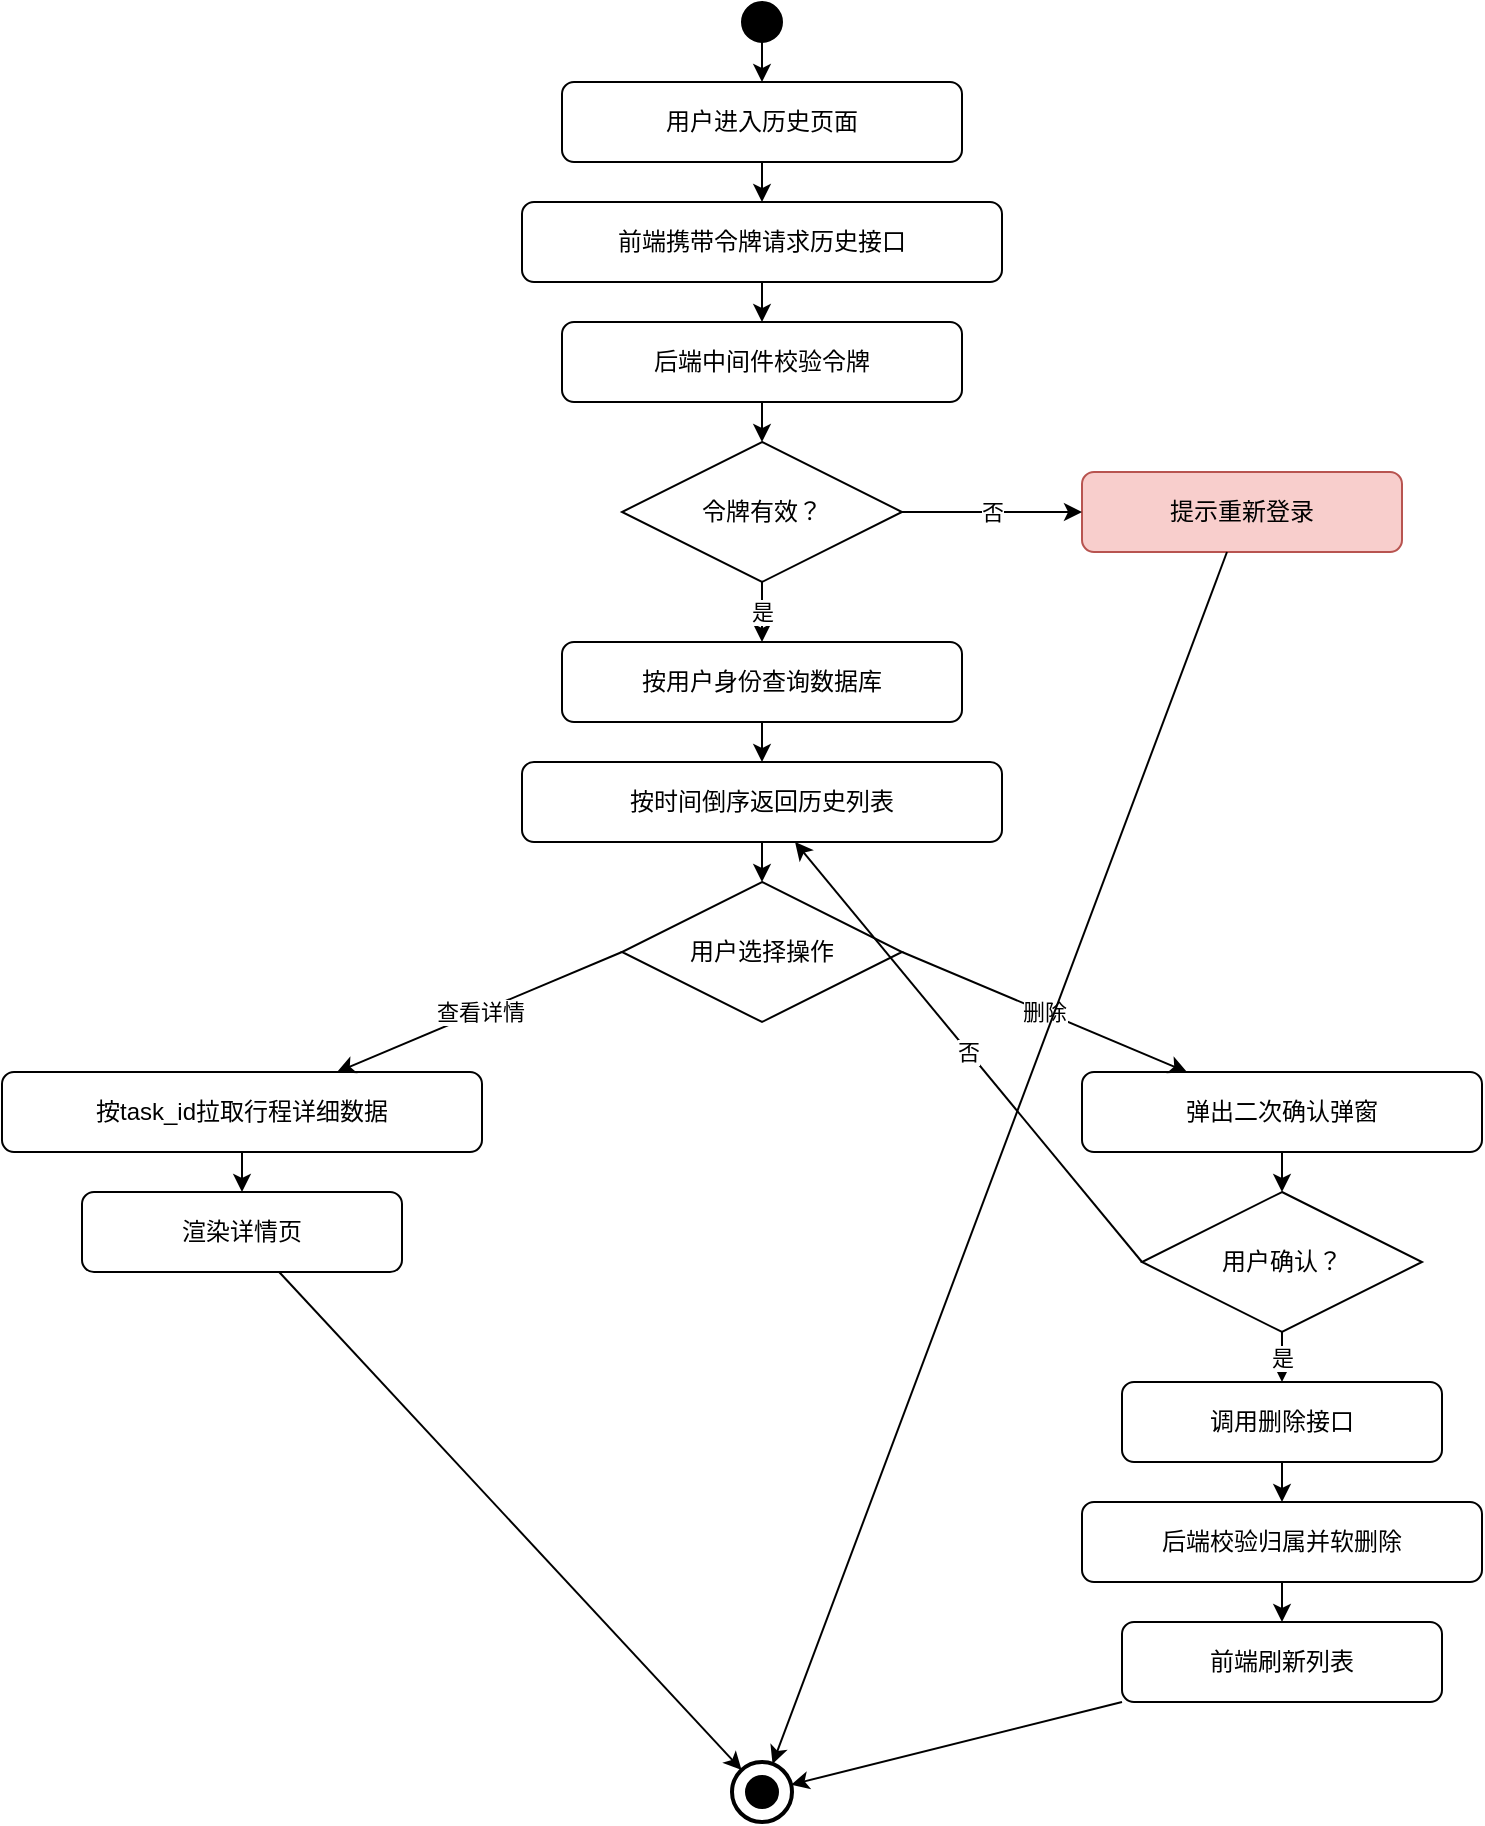
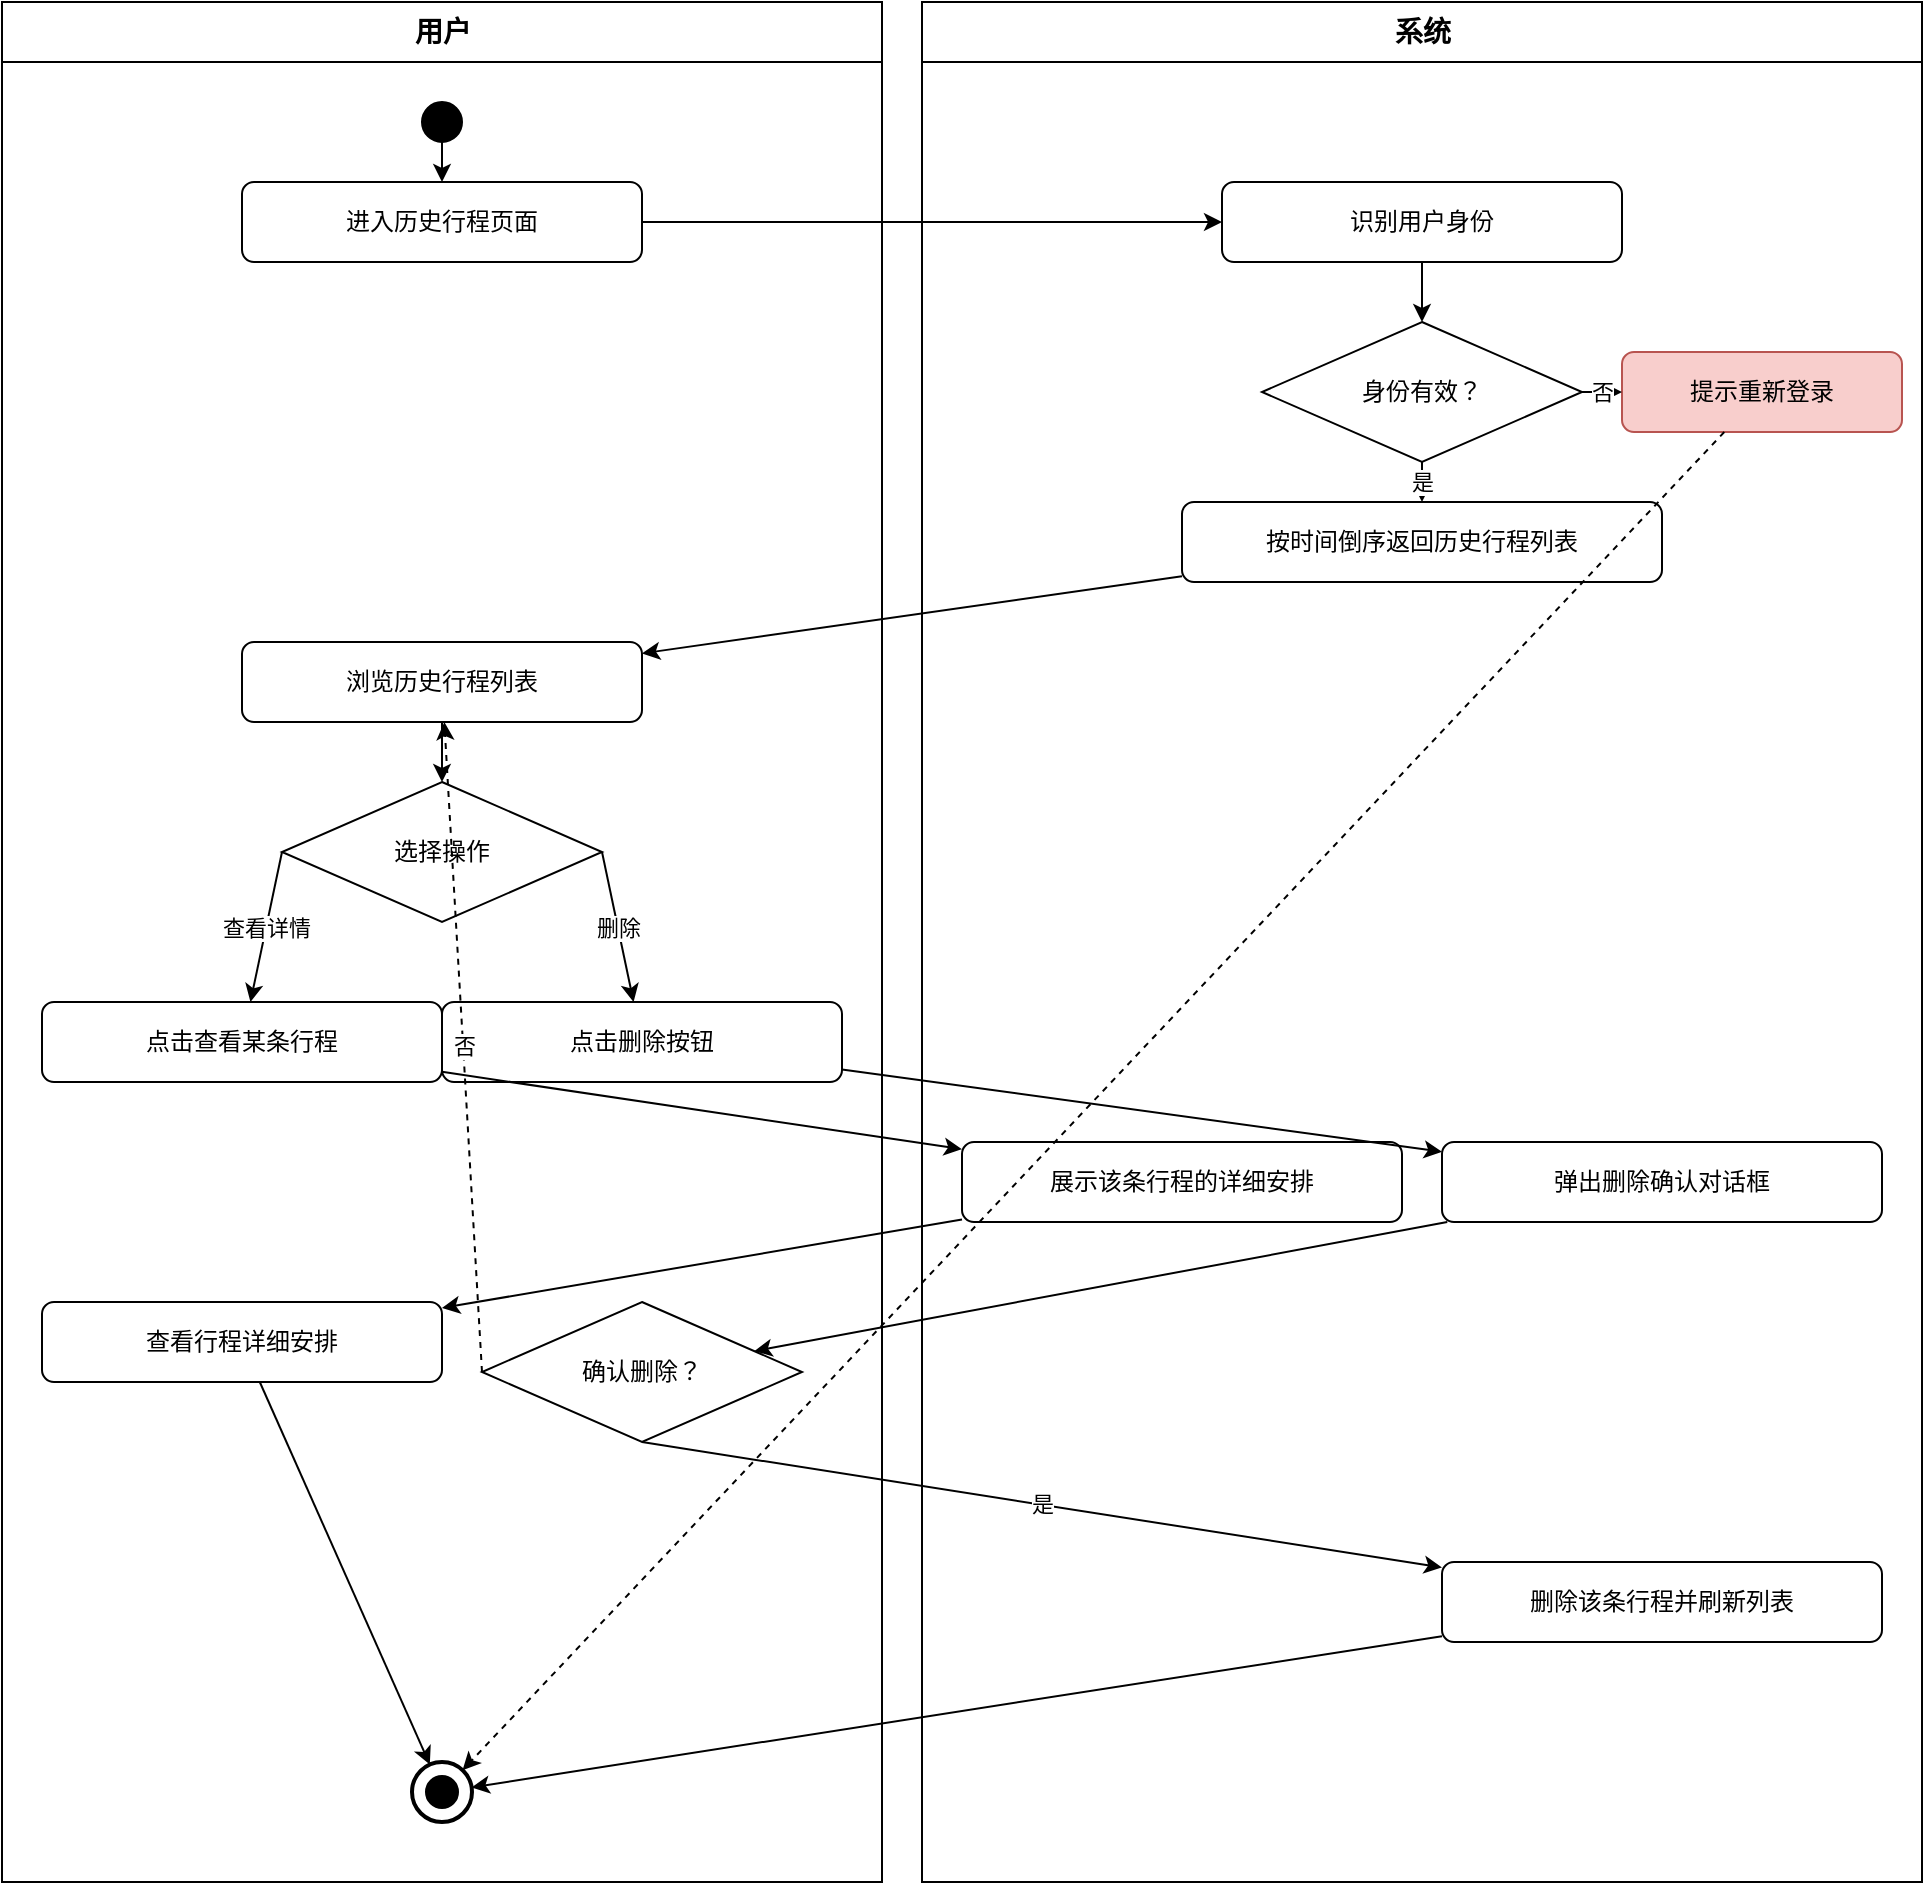
<mxfile host="app.diagrams.net" type="device">
  <diagram name="行程历史管理活动图" id="actHist">
-     <mxGraphModel dx="900" dy="900" grid="1" gridSize="10" guides="1" tooltips="1" connect="1" arrows="1" fold="1" page="1" pageScale="1" pageWidth="900" pageHeight="900" math="0" shadow="0">
+     <mxGraphModel dx="1100" dy="1000" grid="1" gridSize="10" guides="1" tooltips="1" connect="1" arrows="1" fold="1" page="1" pageScale="1" pageWidth="1000" pageHeight="1000" math="0" shadow="0">
      <root>
        <mxCell id="0"/>
        <mxCell id="1" parent="0"/>
-         <mxCell id="n1" value="" style="ellipse;whiteSpace=wrap;html=1;fillColor=#000000;strokeColor=#000000;" vertex="1" parent="1"><mxGeometry x="430" y="20" width="20" height="20" as="geometry"/></mxCell>
-         <mxCell id="n2" value="用户进入历史页面" style="rounded=1;whiteSpace=wrap;html=1;fontSize=12;" vertex="1" parent="1"><mxGeometry x="340" y="60" width="200" height="40" as="geometry"/></mxCell>
-         <mxCell id="n3" value="前端携带令牌请求历史接口" style="rounded=1;whiteSpace=wrap;html=1;fontSize=12;" vertex="1" parent="1"><mxGeometry x="320" y="120" width="240" height="40" as="geometry"/></mxCell>
-         <mxCell id="n4" value="后端中间件校验令牌" style="rounded=1;whiteSpace=wrap;html=1;fontSize=12;" vertex="1" parent="1"><mxGeometry x="340" y="180" width="200" height="40" as="geometry"/></mxCell>
-         <mxCell id="n5" value="令牌有效？" style="rhombus;whiteSpace=wrap;html=1;fontSize=12;" vertex="1" parent="1"><mxGeometry x="370" y="240" width="140" height="70" as="geometry"/></mxCell>
-         <mxCell id="n6" value="提示重新登录" style="rounded=1;whiteSpace=wrap;html=1;fillColor=#f8cecc;strokeColor=#b85450;fontSize=12;" vertex="1" parent="1"><mxGeometry x="600" y="255" width="160" height="40" as="geometry"/></mxCell>
-         <mxCell id="n7" value="按用户身份查询数据库" style="rounded=1;whiteSpace=wrap;html=1;fontSize=12;" vertex="1" parent="1"><mxGeometry x="340" y="340" width="200" height="40" as="geometry"/></mxCell>
-         <mxCell id="n8" value="按时间倒序返回历史列表" style="rounded=1;whiteSpace=wrap;html=1;fontSize=12;" vertex="1" parent="1"><mxGeometry x="320" y="400" width="240" height="40" as="geometry"/></mxCell>
-         <mxCell id="n9" value="用户选择操作" style="rhombus;whiteSpace=wrap;html=1;fontSize=12;" vertex="1" parent="1"><mxGeometry x="370" y="460" width="140" height="70" as="geometry"/></mxCell>
-         <mxCell id="n10" value="按task_id拉取行程详细数据" style="rounded=1;whiteSpace=wrap;html=1;fontSize=12;" vertex="1" parent="1"><mxGeometry x="60" y="555" width="240" height="40" as="geometry"/></mxCell>
-         <mxCell id="n11" value="渲染详情页" style="rounded=1;whiteSpace=wrap;html=1;fontSize=12;" vertex="1" parent="1"><mxGeometry x="100" y="615" width="160" height="40" as="geometry"/></mxCell>
-         <mxCell id="n12" value="弹出二次确认弹窗" style="rounded=1;whiteSpace=wrap;html=1;fontSize=12;" vertex="1" parent="1"><mxGeometry x="600" y="555" width="200" height="40" as="geometry"/></mxCell>
-         <mxCell id="n13" value="用户确认？" style="rhombus;whiteSpace=wrap;html=1;fontSize=12;" vertex="1" parent="1"><mxGeometry x="630" y="615" width="140" height="70" as="geometry"/></mxCell>
-         <mxCell id="n14" value="调用删除接口" style="rounded=1;whiteSpace=wrap;html=1;fontSize=12;" vertex="1" parent="1"><mxGeometry x="620" y="710" width="160" height="40" as="geometry"/></mxCell>
-         <mxCell id="n15" value="后端校验归属并软删除" style="rounded=1;whiteSpace=wrap;html=1;fontSize=12;" vertex="1" parent="1"><mxGeometry x="600" y="770" width="200" height="40" as="geometry"/></mxCell>
-         <mxCell id="n16" value="前端刷新列表" style="rounded=1;whiteSpace=wrap;html=1;fontSize=12;" vertex="1" parent="1"><mxGeometry x="620" y="830" width="160" height="40" as="geometry"/></mxCell>
-         <mxCell id="n17" value="" style="ellipse;whiteSpace=wrap;html=1;fillColor=#ffffff;strokeColor=#000000;strokeWidth=2;" vertex="1" parent="1"><mxGeometry x="425" y="900" width="30" height="30" as="geometry"/></mxCell>
-         <mxCell id="n18" value="" style="ellipse;whiteSpace=wrap;html=1;fillColor=#000000;strokeColor=#000000;" vertex="1" parent="1"><mxGeometry x="432" y="907" width="16" height="16" as="geometry"/></mxCell>
-         <mxCell id="g1" style="endArrow=classic;html=1;" edge="1" parent="1" source="n1" target="n2"><mxGeometry relative="1" as="geometry"/></mxCell>
-         <mxCell id="g2" style="endArrow=classic;html=1;" edge="1" parent="1" source="n2" target="n3"><mxGeometry relative="1" as="geometry"/></mxCell>
-         <mxCell id="g3" style="endArrow=classic;html=1;" edge="1" parent="1" source="n3" target="n4"><mxGeometry relative="1" as="geometry"/></mxCell>
-         <mxCell id="g4" style="endArrow=classic;html=1;" edge="1" parent="1" source="n4" target="n5"><mxGeometry relative="1" as="geometry"/></mxCell>
-         <mxCell id="g5" value="否" style="endArrow=classic;html=1;exitX=1;exitY=0.5;exitDx=0;exitDy=0;" edge="1" parent="1" source="n5" target="n6"><mxGeometry relative="1" as="geometry"/></mxCell>
-         <mxCell id="g6" value="是" style="endArrow=classic;html=1;" edge="1" parent="1" source="n5" target="n7"><mxGeometry relative="1" as="geometry"/></mxCell>
-         <mxCell id="g7" style="endArrow=classic;html=1;" edge="1" parent="1" source="n7" target="n8"><mxGeometry relative="1" as="geometry"/></mxCell>
-         <mxCell id="g8" style="endArrow=classic;html=1;" edge="1" parent="1" source="n8" target="n9"><mxGeometry relative="1" as="geometry"/></mxCell>
-         <mxCell id="g9" value="查看详情" style="endArrow=classic;html=1;exitX=0;exitY=0.5;exitDx=0;exitDy=0;" edge="1" parent="1" source="n9" target="n10"><mxGeometry relative="1" as="geometry"/></mxCell>
-         <mxCell id="g10" value="删除" style="endArrow=classic;html=1;exitX=1;exitY=0.5;exitDx=0;exitDy=0;" edge="1" parent="1" source="n9" target="n12"><mxGeometry relative="1" as="geometry"/></mxCell>
-         <mxCell id="g11" style="endArrow=classic;html=1;" edge="1" parent="1" source="n10" target="n11"><mxGeometry relative="1" as="geometry"/></mxCell>
-         <mxCell id="g12" style="endArrow=classic;html=1;" edge="1" parent="1" source="n12" target="n13"><mxGeometry relative="1" as="geometry"/></mxCell>
-         <mxCell id="g13" value="是" style="endArrow=classic;html=1;" edge="1" parent="1" source="n13" target="n14"><mxGeometry relative="1" as="geometry"/></mxCell>
-         <mxCell id="g14" value="否" style="endArrow=classic;html=1;exitX=0;exitY=0.5;exitDx=0;exitDy=0;" edge="1" parent="1" source="n13" target="n8"><mxGeometry relative="1" as="geometry"/></mxCell>
-         <mxCell id="g15" style="endArrow=classic;html=1;" edge="1" parent="1" source="n14" target="n15"><mxGeometry relative="1" as="geometry"/></mxCell>
-         <mxCell id="g16" style="endArrow=classic;html=1;" edge="1" parent="1" source="n15" target="n16"><mxGeometry relative="1" as="geometry"/></mxCell>
-         <mxCell id="g17" style="endArrow=classic;html=1;" edge="1" parent="1" source="n16" target="n17"><mxGeometry relative="1" as="geometry"/></mxCell>
-         <mxCell id="g18" style="endArrow=classic;html=1;" edge="1" parent="1" source="n11" target="n17"><mxGeometry relative="1" as="geometry"/></mxCell>
-         <mxCell id="g19" style="endArrow=classic;html=1;" edge="1" parent="1" source="n6" target="n17"><mxGeometry relative="1" as="geometry"/></mxCell>
+         <mxCell id="lu" value="用户" style="swimlane;html=1;startSize=30;horizontal=1;fontSize=14;fontStyle=1;fillColor=#ffffff;strokeColor=#000000;swimlaneFillColor=#ffffff;" vertex="1" parent="1"><mxGeometry x="20" y="20" width="440" height="940" as="geometry"/></mxCell>
+         <mxCell id="ls" value="系统" style="swimlane;html=1;startSize=30;horizontal=1;fontSize=14;fontStyle=1;fillColor=#ffffff;strokeColor=#000000;swimlaneFillColor=#ffffff;" vertex="1" parent="1"><mxGeometry x="480" y="20" width="500" height="940" as="geometry"/></mxCell>
+         <mxCell id="u_start" value="" style="ellipse;html=1;fillColor=#000000;strokeColor=#000000;" vertex="1" parent="lu"><mxGeometry x="210" y="50" width="20" height="20" as="geometry"/></mxCell>
+         <mxCell id="u1" value="进入历史行程页面" style="rounded=1;whiteSpace=wrap;html=1;fontSize=12;" vertex="1" parent="lu"><mxGeometry x="120" y="90" width="200" height="40" as="geometry"/></mxCell>
+         <mxCell id="u_browse" value="浏览历史行程列表" style="rounded=1;whiteSpace=wrap;html=1;fontSize=12;" vertex="1" parent="lu"><mxGeometry x="120" y="320" width="200" height="40" as="geometry"/></mxCell>
+         <mxCell id="u_op" value="选择操作" style="rhombus;whiteSpace=wrap;html=1;fontSize=12;" vertex="1" parent="lu"><mxGeometry x="140" y="390" width="160" height="70" as="geometry"/></mxCell>
+         <mxCell id="u_view" value="点击查看某条行程" style="rounded=1;whiteSpace=wrap;html=1;fontSize=12;" vertex="1" parent="lu"><mxGeometry x="20" y="500" width="200" height="40" as="geometry"/></mxCell>
+         <mxCell id="u_view_done" value="查看行程详细安排" style="rounded=1;whiteSpace=wrap;html=1;fontSize=12;" vertex="1" parent="lu"><mxGeometry x="20" y="650" width="200" height="40" as="geometry"/></mxCell>
+         <mxCell id="u_del_click" value="点击删除按钮" style="rounded=1;whiteSpace=wrap;html=1;fontSize=12;" vertex="1" parent="lu"><mxGeometry x="220" y="500" width="200" height="40" as="geometry"/></mxCell>
+         <mxCell id="u_confirm" value="确认删除？" style="rhombus;whiteSpace=wrap;html=1;fontSize=12;" vertex="1" parent="lu"><mxGeometry x="240" y="650" width="160" height="70" as="geometry"/></mxCell>
+         <mxCell id="u_end_outer" value="" style="ellipse;html=1;fillColor=#ffffff;strokeColor=#000000;strokeWidth=2;" vertex="1" parent="lu"><mxGeometry x="205" y="880" width="30" height="30" as="geometry"/></mxCell>
+         <mxCell id="u_end_inner" value="" style="ellipse;html=1;fillColor=#000000;strokeColor=#000000;" vertex="1" parent="lu"><mxGeometry x="212" y="887" width="16" height="16" as="geometry"/></mxCell>
+         <mxCell id="s_auth" value="识别用户身份" style="rounded=1;whiteSpace=wrap;html=1;fontSize=12;" vertex="1" parent="ls"><mxGeometry x="150" y="90" width="200" height="40" as="geometry"/></mxCell>
+         <mxCell id="s_dec" value="身份有效？" style="rhombus;whiteSpace=wrap;html=1;fontSize=12;" vertex="1" parent="ls"><mxGeometry x="170" y="160" width="160" height="70" as="geometry"/></mxCell>
+         <mxCell id="s_login" value="提示重新登录" style="rounded=1;whiteSpace=wrap;html=1;fillColor=#f8cecc;strokeColor=#b85450;fontSize=12;" vertex="1" parent="ls"><mxGeometry x="350" y="175" width="140" height="40" as="geometry"/></mxCell>
+         <mxCell id="s_list" value="按时间倒序返回历史行程列表" style="rounded=1;whiteSpace=wrap;html=1;fontSize=12;" vertex="1" parent="ls"><mxGeometry x="130" y="250" width="240" height="40" as="geometry"/></mxCell>
+         <mxCell id="s_detail" value="展示该条行程的详细安排" style="rounded=1;whiteSpace=wrap;html=1;fontSize=12;" vertex="1" parent="ls"><mxGeometry x="20" y="570" width="220" height="40" as="geometry"/></mxCell>
+         <mxCell id="s_pop" value="弹出删除确认对话框" style="rounded=1;whiteSpace=wrap;html=1;fontSize=12;" vertex="1" parent="ls"><mxGeometry x="260" y="570" width="220" height="40" as="geometry"/></mxCell>
+         <mxCell id="s_del" value="删除该条行程并刷新列表" style="rounded=1;whiteSpace=wrap;html=1;fontSize=12;" vertex="1" parent="ls"><mxGeometry x="260" y="780" width="220" height="40" as="geometry"/></mxCell>
+         <mxCell id="e1" style="endArrow=classic;html=1;" edge="1" parent="1" source="u_start" target="u1"><mxGeometry relative="1" as="geometry"/></mxCell>
+         <mxCell id="e2" style="endArrow=classic;html=1;" edge="1" parent="1" source="u1" target="s_auth"><mxGeometry relative="1" as="geometry"/></mxCell>
+         <mxCell id="e3" style="endArrow=classic;html=1;" edge="1" parent="1" source="s_auth" target="s_dec"><mxGeometry relative="1" as="geometry"/></mxCell>
+         <mxCell id="e4" value="否" style="endArrow=classic;html=1;exitX=1;exitY=0.5;exitDx=0;exitDy=0;" edge="1" parent="1" source="s_dec" target="s_login"><mxGeometry relative="1" as="geometry"/></mxCell>
+         <mxCell id="e5" value="是" style="endArrow=classic;html=1;exitX=0.5;exitY=1;exitDx=0;exitDy=0;" edge="1" parent="1" source="s_dec" target="s_list"><mxGeometry relative="1" as="geometry"/></mxCell>
+         <mxCell id="e_login_end" style="endArrow=classic;html=1;dashed=1;" edge="1" parent="1" source="s_login" target="u_end_outer"><mxGeometry relative="1" as="geometry"/></mxCell>
+         <mxCell id="e6" style="endArrow=classic;html=1;" edge="1" parent="1" source="s_list" target="u_browse"><mxGeometry relative="1" as="geometry"/></mxCell>
+         <mxCell id="e7" style="endArrow=classic;html=1;" edge="1" parent="1" source="u_browse" target="u_op"><mxGeometry relative="1" as="geometry"/></mxCell>
+         <mxCell id="e8" value="查看详情" style="endArrow=classic;html=1;exitX=0;exitY=0.5;exitDx=0;exitDy=0;" edge="1" parent="1" source="u_op" target="u_view"><mxGeometry relative="1" as="geometry"/></mxCell>
+         <mxCell id="e9" value="删除" style="endArrow=classic;html=1;exitX=1;exitY=0.5;exitDx=0;exitDy=0;" edge="1" parent="1" source="u_op" target="u_del_click"><mxGeometry relative="1" as="geometry"/></mxCell>
+         <mxCell id="e10" style="endArrow=classic;html=1;" edge="1" parent="1" source="u_view" target="s_detail"><mxGeometry relative="1" as="geometry"/></mxCell>
+         <mxCell id="e11" style="endArrow=classic;html=1;" edge="1" parent="1" source="s_detail" target="u_view_done"><mxGeometry relative="1" as="geometry"/></mxCell>
+         <mxCell id="e12" style="endArrow=classic;html=1;" edge="1" parent="1" source="u_view_done" target="u_end_outer"><mxGeometry relative="1" as="geometry"/></mxCell>
+         <mxCell id="e13" style="endArrow=classic;html=1;" edge="1" parent="1" source="u_del_click" target="s_pop"><mxGeometry relative="1" as="geometry"/></mxCell>
+         <mxCell id="e14" style="endArrow=classic;html=1;" edge="1" parent="1" source="s_pop" target="u_confirm"><mxGeometry relative="1" as="geometry"/></mxCell>
+         <mxCell id="e15" value="否" style="endArrow=classic;html=1;dashed=1;exitX=0;exitY=0.5;exitDx=0;exitDy=0;" edge="1" parent="1" source="u_confirm" target="u_browse"><mxGeometry relative="1" as="geometry"/></mxCell>
+         <mxCell id="e16" value="是" style="endArrow=classic;html=1;exitX=0.5;exitY=1;exitDx=0;exitDy=0;" edge="1" parent="1" source="u_confirm" target="s_del"><mxGeometry relative="1" as="geometry"/></mxCell>
+         <mxCell id="e17" style="endArrow=classic;html=1;" edge="1" parent="1" source="s_del" target="u_end_outer"><mxGeometry relative="1" as="geometry"/></mxCell>
      </root>
    </mxGraphModel>
  </diagram>
</mxfile>
